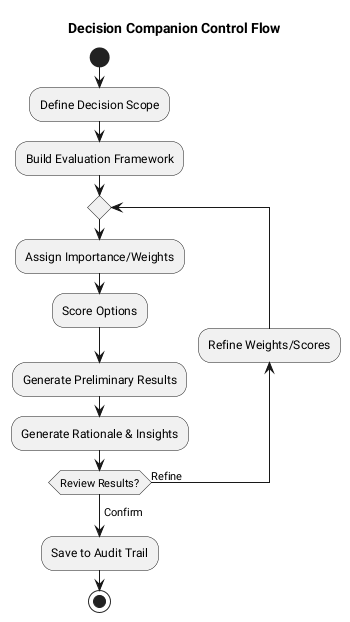
Above: diagrams/control_flow.png in jagathkiran/decision-companion (PlantUML), before the change. Its diagram source:
```plantuml
@startuml
skinparam monochrome true
skinparam shadowing false

title Decision Companion Control Flow

start

:Define Decision Scope;
:Build Evaluation Framework;

repeat
  :Assign Importance/Weights;
  :Score Options;
  :Generate Preliminary Results;
  :Generate Rationale & Insights;

  backward:Refine Weights/Scores;
repeat while (Review Results?) is (Refine)
-> Confirm;

:Save to Audit Trail;

stop

@enduml
```
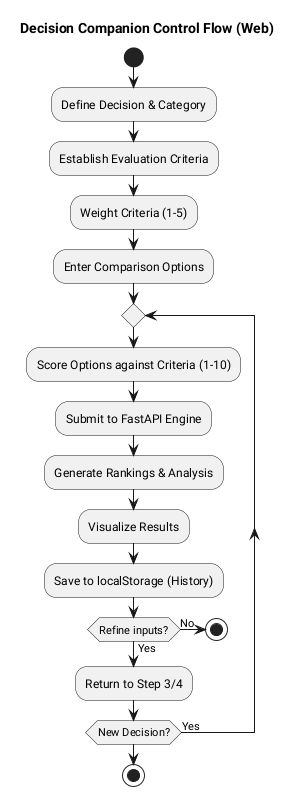
Above is the later version.

The edit, as a diff of the source:
```diff
@@ -2,24 +2,29 @@
 skinparam monochrome true
 skinparam shadowing false
 
-title Decision Companion Control Flow
+title Decision Companion Control Flow (Web)
 
 start
 
-:Define Decision Scope;
-:Build Evaluation Framework;
+:Define Decision & Category;
+:Establish Evaluation Criteria;
+:Weight Criteria (1-5);
+:Enter Comparison Options;
 
 repeat
-  :Assign Importance/Weights;
-  :Score Options;
-  :Generate Preliminary Results;
-  :Generate Rationale & Insights;
+  :Score Options against Criteria (1-10);
+  :Submit to FastAPI Engine;
+  :Generate Rankings & Analysis;
+  :Visualize Results;
 
-  backward:Refine Weights/Scores;
-repeat while (Review Results?) is (Refine)
--> Confirm;
+  :Save to localStorage (History);
 
-:Save to Audit Trail;
+  if (Refine inputs?) then (Yes)
+    :Return to Step 3/4;
+  else (No)
+    stop
+  endif
+repeat while (New Decision?) is (Yes)
 
 stop
 
```
